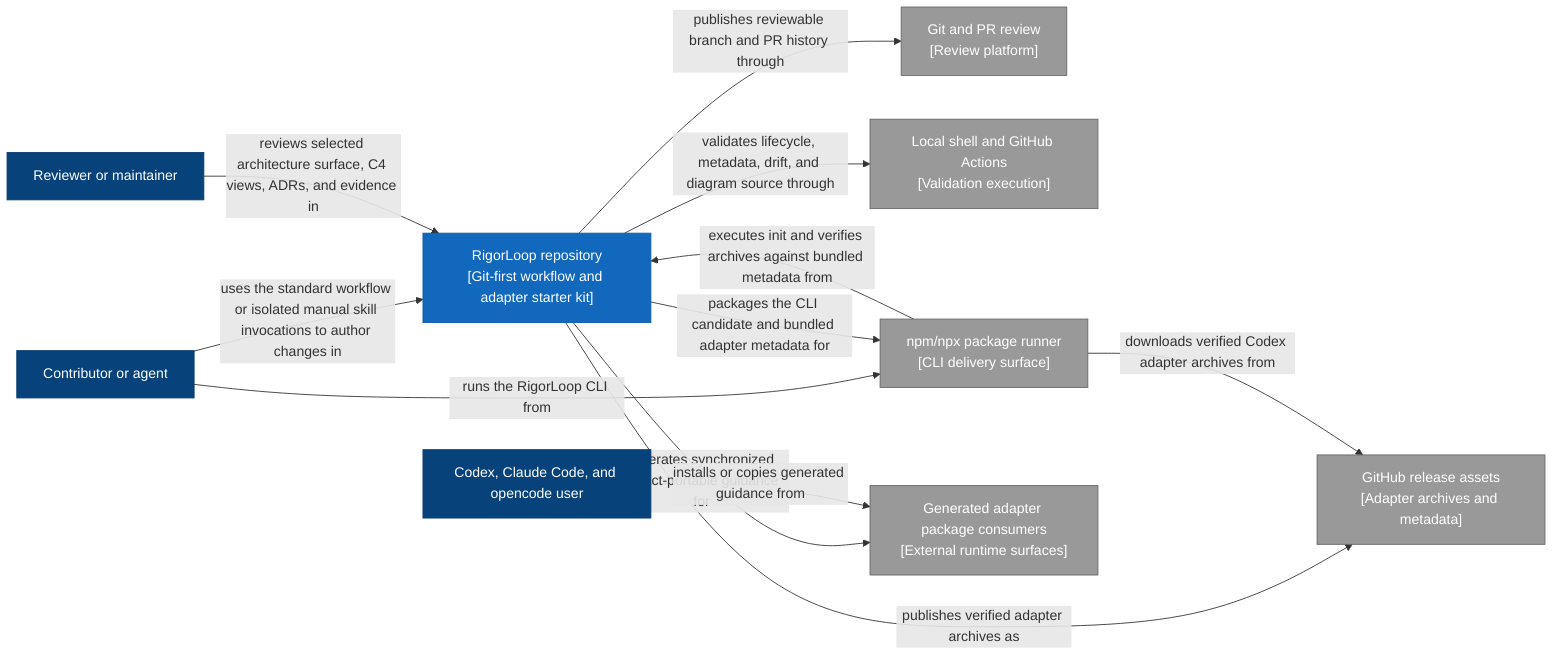
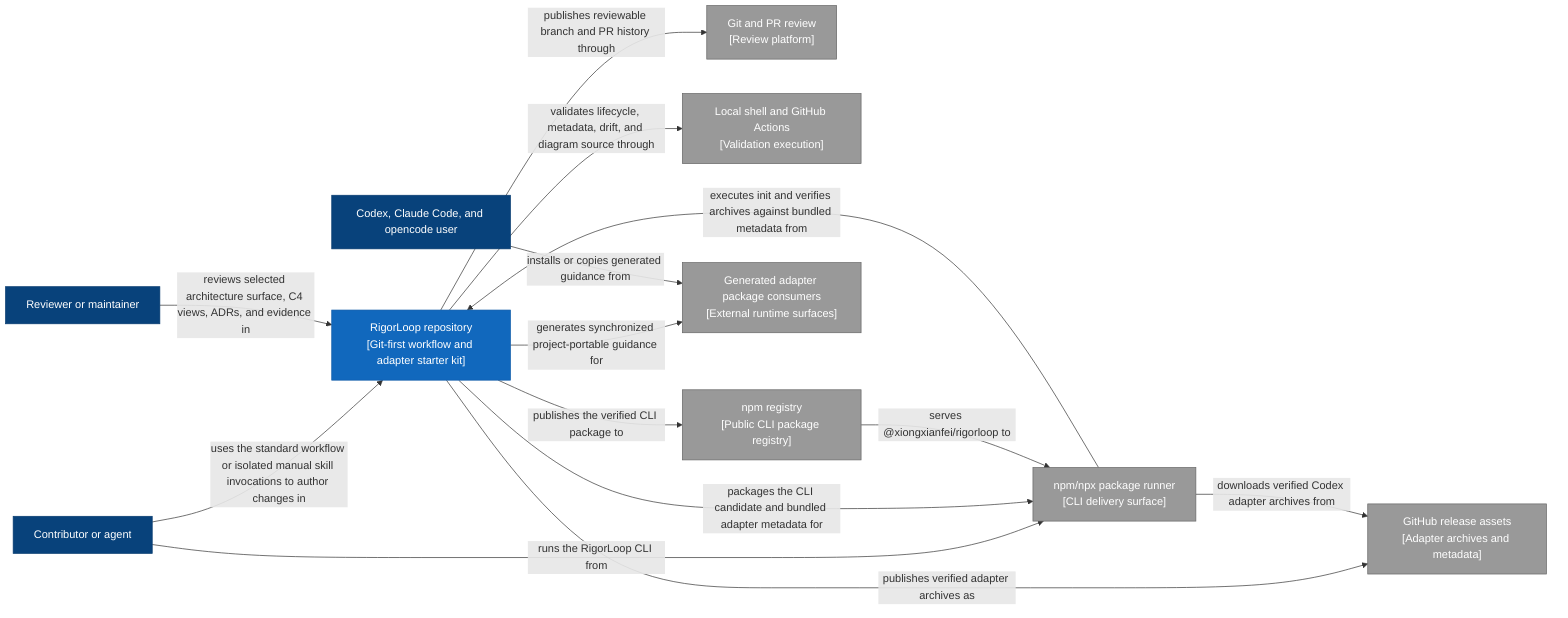
flowchart LR
  contributor["Contributor or agent"]:::person
  reviewer["Reviewer or maintainer"]:::person
  adapter_user["Codex, Claude Code, and opencode user"]:::person
  repo["RigorLoop repository<br/>[Git-first workflow and adapter starter kit]"]:::system
  git["Git and PR review<br/>[Review platform]"]:::external
  execution["Local shell and GitHub Actions<br/>[Validation execution]"]:::external
  package_runner["npm/npx package runner<br/>[CLI delivery surface]"]:::external
+   npm_registry["npm registry<br/>[Public CLI package registry]"]:::external
  package_surface["Generated adapter package consumers<br/>[External runtime surfaces]"]:::external
  release_assets["GitHub release assets<br/>[Adapter archives and metadata]"]:::external

  contributor -->|uses the standard workflow or isolated manual skill invocations to author changes in| repo
  contributor -->|runs the RigorLoop CLI from| package_runner
  reviewer -->|reviews selected architecture surface, C4 views, ADRs, and evidence in| repo
  repo -->|publishes reviewable branch and PR history through| git
  repo -->|validates lifecycle, metadata, drift, and diagram source through| execution
  repo -->|packages the CLI candidate and bundled adapter metadata for| package_runner
+   repo -->|publishes the verified CLI package to| npm_registry
+   npm_registry -->|serves @xiongxianfei/rigorloop to| package_runner
  repo -->|publishes verified adapter archives as| release_assets
  repo -->|generates synchronized project-portable guidance for| package_surface
  package_runner -->|executes init and verifies archives against bundled metadata from| repo
  package_runner -->|downloads verified Codex adapter archives from| release_assets
  adapter_user -->|installs or copies generated guidance from| package_surface

  classDef person fill:#08427b,stroke:#073b6f,color:#fff
  classDef system fill:#1168bd,stroke:#0e5aa7,color:#fff
  classDef external fill:#999,stroke:#666,color:#fff
  classDef container fill:#438dd5,stroke:#3c7fc0,color:#fff
